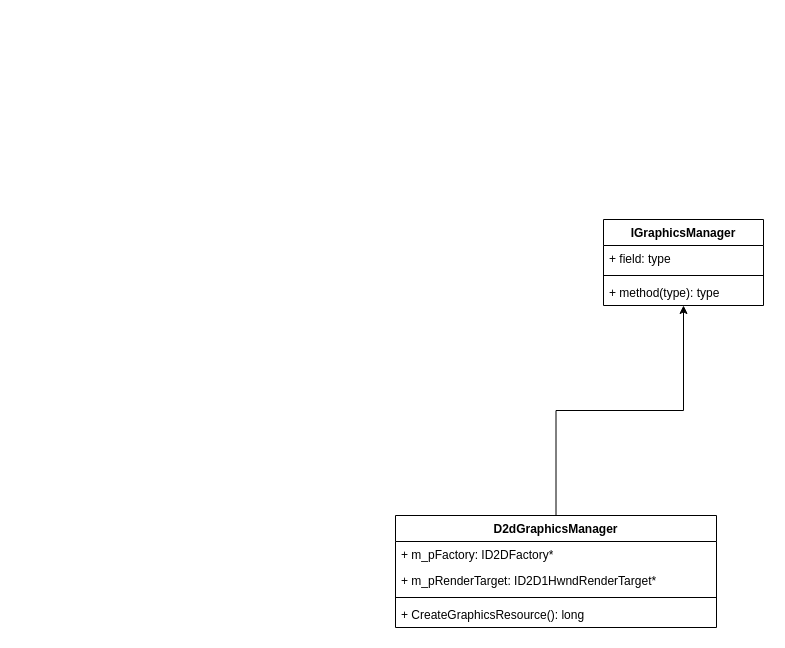
Earlier version of the draw.io diagram page "GraphicsManager" (4 of 8) of GameEngine.drawio (yzscodehub/Resource). Source tidied: cells renumbered, new cells numbered last; positions are measured from the earlier drawing's top-left corner, leaving out a move shared by most shapes. Both pictures are drawn from the tidied source at 100%, with x=0, y=0 at pixel (395, 219).
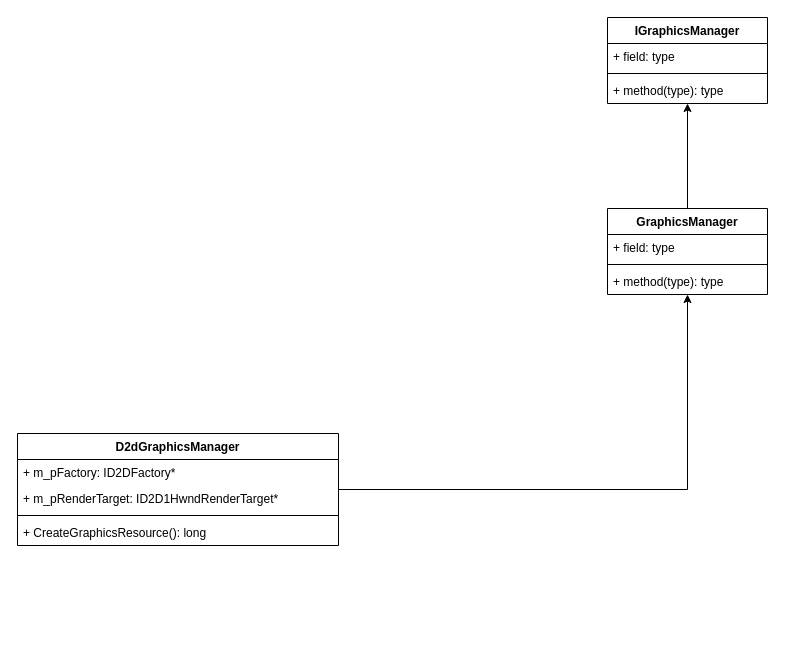
The same page after the edit.

What changed in the source:
```diff
@@
 <mxGraphModel>
   <root>
     <mxCell id="0" />
     <mxCell id="1" parent="0" />
+    <mxCell id="12" style="edgeStyle=orthogonalEdgeStyle;rounded=0;jettySize=auto;html=1;" parent="1" edge="1" source="2" target="13">
+      <mxGeometry relative="1" as="geometry" />
+    </mxCell>
-    <mxCell id="2" value="IGraphicsManager" style="swimlane;fontStyle=1;align=center;verticalAlign=top;horizontal=1;startSize=26;whiteSpace=wrap;html=1;" parent="1" vertex="1">
-      <mxGeometry x="208" width="160" height="86" as="geometry" />
+    <mxCell id="2" value="GraphicsManager" style="swimlane;fontStyle=1;align=center;verticalAlign=top;horizontal=1;startSize=26;whiteSpace=wrap;html=1;" parent="1" vertex="1">
+      <mxGeometry x="212" y="-11" width="160" height="86" as="geometry" />
     </mxCell>
     <mxCell id="3" value="+ field: type" style="text;strokeColor=none;fillColor=none;align=left;verticalAlign=top;spacingLeft=4;spacingRight=4;overflow=hidden;whiteSpace=wrap;html=1;" parent="2" vertex="1">
       <mxGeometry y="26" width="160" height="26" as="geometry" />
     </mxCell>
     <mxCell id="4" style="line;strokeWidth=1;fillColor=none;align=left;verticalAlign=middle;spacingTop=-1;spacingLeft=3;spacingRight=3;labelPosition=right;strokeColor=inherit;" parent="2" vertex="1">
       <mxGeometry y="52" width="160" height="8" as="geometry" />
     </mxCell>
     <mxCell id="5" value="+ method(type): type" style="text;strokeColor=none;fillColor=none;align=left;verticalAlign=top;spacingLeft=4;spacingRight=4;overflow=hidden;whiteSpace=wrap;html=1;" parent="2" vertex="1">
       <mxGeometry y="60" width="160" height="26" as="geometry" />
     </mxCell>
     <mxCell id="6" style="edgeStyle=orthogonalEdgeStyle;rounded=0;jettySize=auto;html=1;" parent="1" edge="1" source="7" target="2">
       <mxGeometry relative="1" as="geometry" />
     </mxCell>
     <mxCell id="7" value="D2dGraphicsManager" style="swimlane;fontStyle=1;align=center;verticalAlign=top;horizontal=1;startSize=26;whiteSpace=wrap;html=1;" parent="1" vertex="1">
-      <mxGeometry y="296" width="321" height="112" as="geometry" />
+      <mxGeometry x="-378" y="214" width="321" height="112" as="geometry" />
     </mxCell>
     <mxCell id="8" value="+ m_pFactory: ID2DFactory*" style="text;strokeColor=none;fillColor=none;align=left;verticalAlign=top;spacingLeft=4;spacingRight=4;overflow=hidden;whiteSpace=wrap;html=1;" parent="7" vertex="1">
       <mxGeometry y="26" width="321" height="26" as="geometry" />
     </mxCell>
     <mxCell id="9" value="+ m_pRenderTarget: ID2D1HwndRenderTarget*" style="text;strokeColor=none;fillColor=none;align=left;verticalAlign=top;spacingLeft=4;spacingRight=4;overflow=hidden;whiteSpace=wrap;html=1;" parent="7" vertex="1">
       <mxGeometry y="52" width="321" height="26" as="geometry" />
     </mxCell>
     <mxCell id="10" style="line;strokeWidth=1;fillColor=none;align=left;verticalAlign=middle;spacingTop=-1;spacingLeft=3;spacingRight=3;labelPosition=right;strokeColor=inherit;" parent="7" vertex="1">
       <mxGeometry y="78" width="321" height="8" as="geometry" />
     </mxCell>
     <mxCell id="11" value="+ CreateGraphicsResource(): long" style="text;strokeColor=none;fillColor=none;align=left;verticalAlign=top;spacingLeft=4;spacingRight=4;overflow=hidden;whiteSpace=wrap;html=1;" parent="7" vertex="1">
       <mxGeometry y="86" width="321" height="26" as="geometry" />
     </mxCell>
+    <mxCell id="13" value="IGraphicsManager" style="swimlane;fontStyle=1;align=center;verticalAlign=top;horizontal=1;startSize=26;whiteSpace=wrap;html=1;" parent="1" vertex="1">
+      <mxGeometry x="212" y="-202" width="160" height="86" as="geometry" />
+    </mxCell>
+    <mxCell id="14" value="+ field: type" style="text;strokeColor=none;fillColor=none;align=left;verticalAlign=top;spacingLeft=4;spacingRight=4;overflow=hidden;whiteSpace=wrap;html=1;" parent="13" vertex="1">
+      <mxGeometry y="26" width="160" height="26" as="geometry" />
+    </mxCell>
+    <mxCell id="15" style="line;strokeWidth=1;fillColor=none;align=left;verticalAlign=middle;spacingTop=-1;spacingLeft=3;spacingRight=3;labelPosition=right;strokeColor=inherit;" parent="13" vertex="1">
+      <mxGeometry y="52" width="160" height="8" as="geometry" />
+    </mxCell>
+    <mxCell id="16" value="+ method(type): type" style="text;strokeColor=none;fillColor=none;align=left;verticalAlign=top;spacingLeft=4;spacingRight=4;overflow=hidden;whiteSpace=wrap;html=1;" parent="13" vertex="1">
+      <mxGeometry y="60" width="160" height="26" as="geometry" />
+    </mxCell>
   </root>
 </mxGraphModel>
```
